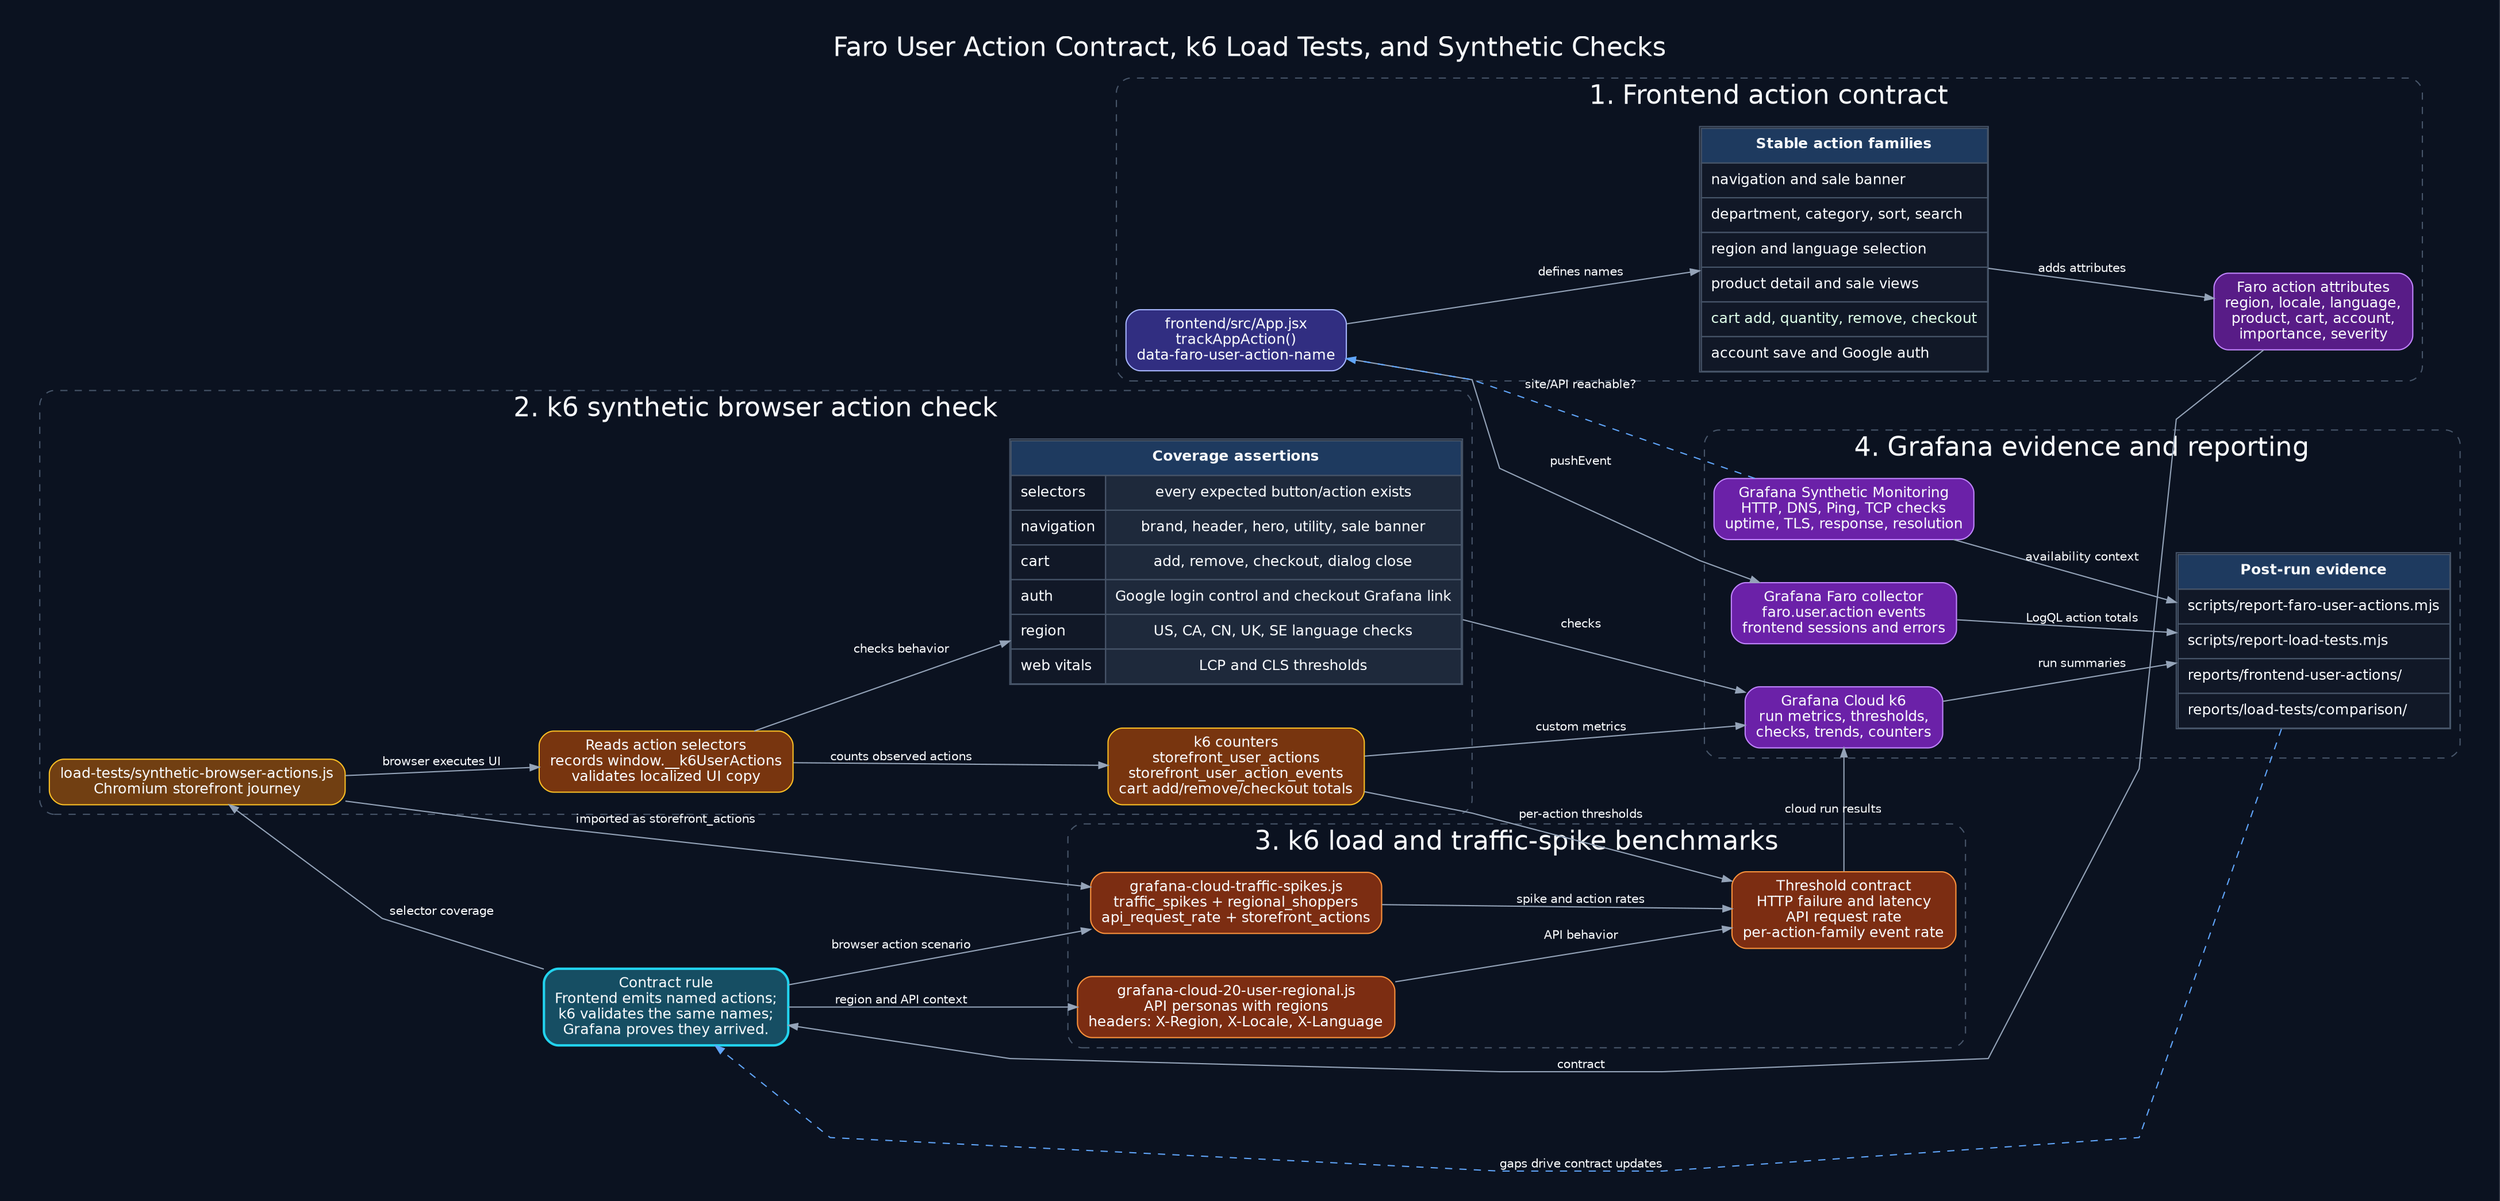
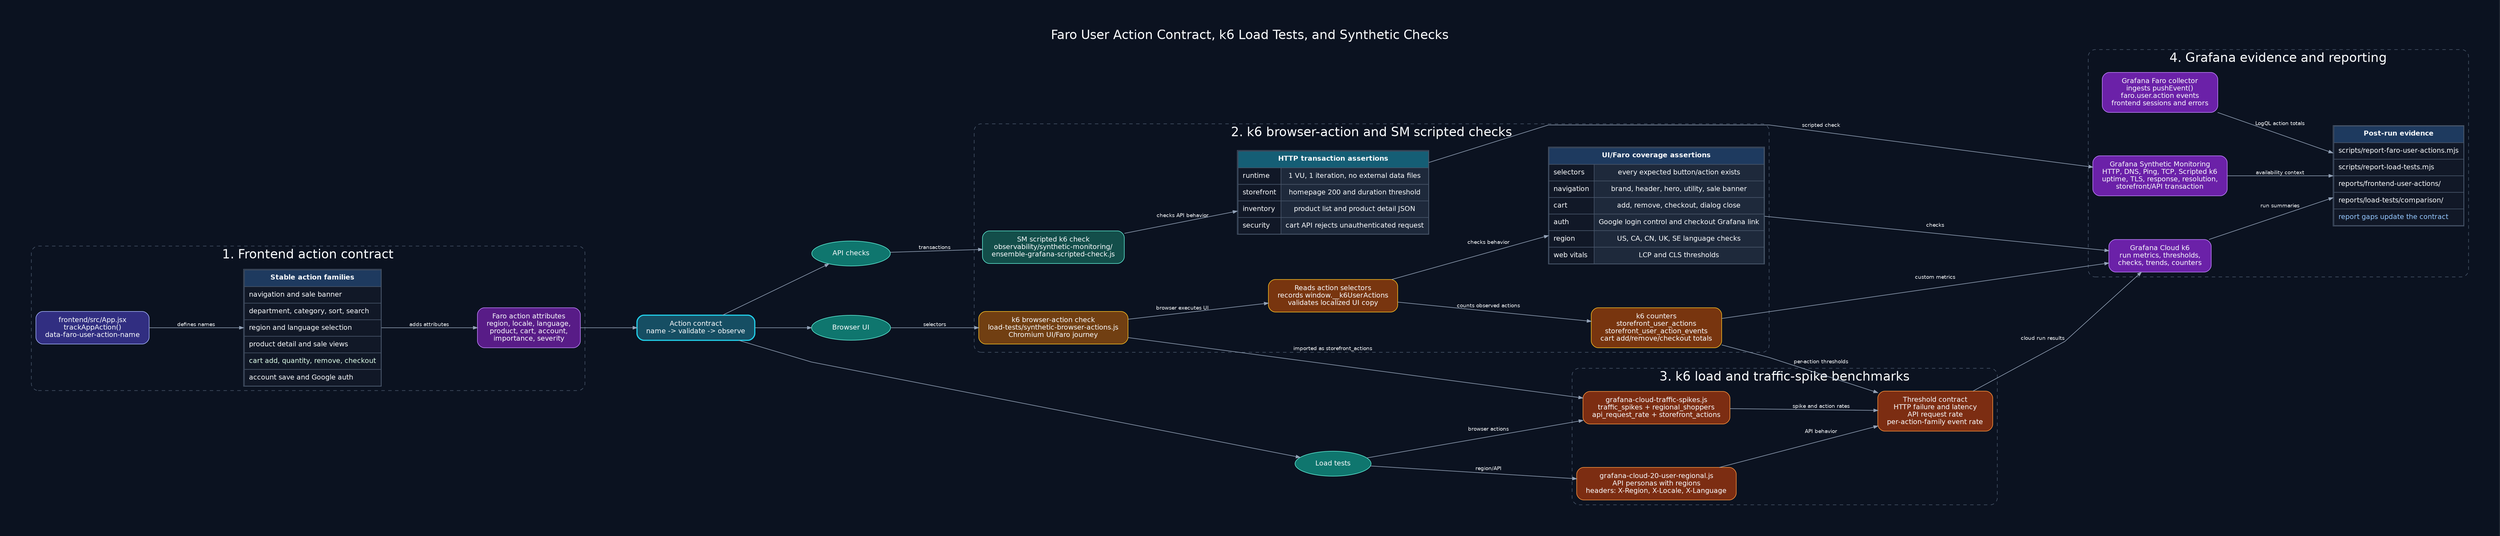
digraph faro_k6_contract_relationships {
  graph [
    rankdir=LR,
    bgcolor="#0b1220",
    fontcolor="#f8fafc",
    fontname="Helvetica",
    fontsize=22,
    labelloc=t,
    label="Faro User Action Contract, k6 Load Tests, and Synthetic Checks",
-     pad=0.35,
-     nodesep=0.5,
-     ranksep=0.85,
+     pad=0.65,
+     nodesep=1.05,
+     ranksep=1.35,
    splines=polyline
  ];

  node [
    shape=box,
    style="rounded,filled",
    fontname="Helvetica",
    fontsize=12,
    color="#64748b",
    fillcolor="#111827",
    fontcolor="#f8fafc",
-     margin="0.13,0.08"
+     margin="0.22,0.13"
  ];

  edge [
    color="#94a3b8",
    fontcolor="#f8fafc",
    fontname="Helvetica",
-     fontsize=10,
-     arrowsize=0.75
+     fontsize=9,
+     arrowsize=0.7
  ];

  subgraph cluster_contract {
    label="1. Frontend action contract";
    color="#475569";
    fontcolor="#f8fafc";
    style="rounded,dashed";

    app_js [
      label="frontend/src/App.jsx\ntrackAppAction()\ndata-faro-user-action-name",
      fillcolor="#312e81",
      color="#a5b4fc"
    ];

    action_taxonomy [
      shape=plain,
      label=<
        <TABLE BORDER="1" CELLBORDER="1" CELLSPACING="0" CELLPADDING="7" COLOR="#475569">
          <TR><TD BGCOLOR="#1e3a5f"><FONT COLOR="#f8fafc"><B>Stable action families</B></FONT></TD></TR>
          <TR><TD BGCOLOR="#111827" ALIGN="LEFT"><FONT COLOR="#f8fafc">navigation and sale banner</FONT></TD></TR>
          <TR><TD BGCOLOR="#111827" ALIGN="LEFT"><FONT COLOR="#f8fafc">department, category, sort, search</FONT></TD></TR>
          <TR><TD BGCOLOR="#111827" ALIGN="LEFT"><FONT COLOR="#f8fafc">region and language selection</FONT></TD></TR>
          <TR><TD BGCOLOR="#111827" ALIGN="LEFT"><FONT COLOR="#f8fafc">product detail and sale views</FONT></TD></TR>
          <TR><TD BGCOLOR="#111827" ALIGN="LEFT"><FONT COLOR="#dcfce7">cart add, quantity, remove, checkout</FONT></TD></TR>
          <TR><TD BGCOLOR="#111827" ALIGN="LEFT"><FONT COLOR="#f8fafc">account save and Google auth</FONT></TD></TR>
        </TABLE>
      >
    ];

    faro_attrs [
      label="Faro action attributes\nregion, locale, language,\nproduct, cart, account,\nimportance, severity",
      fillcolor="#581c87",
      color="#c084fc"
    ];
  }

  subgraph cluster_browser_check {
-     label="2. k6 synthetic browser action check";
+     label="2. k6 browser-action and SM scripted checks";
    color="#475569";
    fontcolor="#f8fafc";
    style="rounded,dashed";

    synthetic_script [
-       label="load-tests/synthetic-browser-actions.js\nChromium storefront journey",
+       label="k6 browser-action check\nload-tests/synthetic-browser-actions.js\nChromium UI/Faro journey",
      fillcolor="#713f12",
      color="#fbbf24"
    ];

    dom_probe [
      label="Reads action selectors\nrecords window.__k6UserActions\nvalidates localized UI copy",
      fillcolor="#78350f",
      color="#fbbf24"
    ];

    synthetic_assertions [
      shape=plain,
      label=<
        <TABLE BORDER="1" CELLBORDER="1" CELLSPACING="0" CELLPADDING="7" COLOR="#475569">
-           <TR><TD BGCOLOR="#1e3a5f" COLSPAN="2"><FONT COLOR="#f8fafc"><B>Coverage assertions</B></FONT></TD></TR>
+           <TR><TD BGCOLOR="#1e3a5f" COLSPAN="2"><FONT COLOR="#f8fafc"><B>UI/Faro coverage assertions</B></FONT></TD></TR>
          <TR><TD BGCOLOR="#111827" ALIGN="LEFT"><FONT COLOR="#f8fafc">selectors</FONT></TD><TD BGCOLOR="#1e293b"><FONT COLOR="#f8fafc">every expected button/action exists</FONT></TD></TR>
          <TR><TD BGCOLOR="#111827" ALIGN="LEFT"><FONT COLOR="#f8fafc">navigation</FONT></TD><TD BGCOLOR="#1e293b"><FONT COLOR="#f8fafc">brand, header, hero, utility, sale banner</FONT></TD></TR>
          <TR><TD BGCOLOR="#111827" ALIGN="LEFT"><FONT COLOR="#f8fafc">cart</FONT></TD><TD BGCOLOR="#1e293b"><FONT COLOR="#f8fafc">add, remove, checkout, dialog close</FONT></TD></TR>
          <TR><TD BGCOLOR="#111827" ALIGN="LEFT"><FONT COLOR="#f8fafc">auth</FONT></TD><TD BGCOLOR="#1e293b"><FONT COLOR="#f8fafc">Google login control and checkout Grafana link</FONT></TD></TR>
          <TR><TD BGCOLOR="#111827" ALIGN="LEFT"><FONT COLOR="#f8fafc">region</FONT></TD><TD BGCOLOR="#1e293b"><FONT COLOR="#f8fafc">US, CA, CN, UK, SE language checks</FONT></TD></TR>
          <TR><TD BGCOLOR="#111827" ALIGN="LEFT"><FONT COLOR="#f8fafc">web vitals</FONT></TD><TD BGCOLOR="#1e293b"><FONT COLOR="#f8fafc">LCP and CLS thresholds</FONT></TD></TR>
        </TABLE>
      >
    ];

    synthetic_counters [
      label="k6 counters\nstorefront_user_actions\nstorefront_user_action_events\ncart add/remove/checkout totals",
      fillcolor="#78350f",
      color="#fbbf24"
    ];
+ 
+     sm_scripted [
+       label="SM scripted k6 check\nobservability/synthetic-monitoring/\nensemble-grafana-scripted-check.js",
+       fillcolor="#134e4a",
+       color="#5eead4"
+     ];
+ 
+     sm_assertions [
+       shape=plain,
+       label=<
+         <TABLE BORDER="1" CELLBORDER="1" CELLSPACING="0" CELLPADDING="7" COLOR="#475569">
+           <TR><TD BGCOLOR="#155e75" COLSPAN="2"><FONT COLOR="#f8fafc"><B>HTTP transaction assertions</B></FONT></TD></TR>
+           <TR><TD BGCOLOR="#111827" ALIGN="LEFT"><FONT COLOR="#f8fafc">runtime</FONT></TD><TD BGCOLOR="#1e293b"><FONT COLOR="#f8fafc">1 VU, 1 iteration, no external data files</FONT></TD></TR>
+           <TR><TD BGCOLOR="#111827" ALIGN="LEFT"><FONT COLOR="#f8fafc">storefront</FONT></TD><TD BGCOLOR="#1e293b"><FONT COLOR="#f8fafc">homepage 200 and duration threshold</FONT></TD></TR>
+           <TR><TD BGCOLOR="#111827" ALIGN="LEFT"><FONT COLOR="#f8fafc">inventory</FONT></TD><TD BGCOLOR="#1e293b"><FONT COLOR="#f8fafc">product list and product detail JSON</FONT></TD></TR>
+           <TR><TD BGCOLOR="#111827" ALIGN="LEFT"><FONT COLOR="#f8fafc">security</FONT></TD><TD BGCOLOR="#1e293b"><FONT COLOR="#f8fafc">cart API rejects unauthenticated request</FONT></TD></TR>
+         </TABLE>
+       >
+     ];
  }

  subgraph cluster_load_test {
    label="3. k6 load and traffic-spike benchmarks";
    color="#475569";
    fontcolor="#f8fafc";
    style="rounded,dashed";

    regional_load [
      label="grafana-cloud-20-user-regional.js\nAPI personas with regions\nheaders: X-Region, X-Locale, X-Language",
      fillcolor="#7c2d12",
      color="#fb923c"
    ];

    spike_load [
      label="grafana-cloud-traffic-spikes.js\ntraffic_spikes + regional_shoppers\napi_request_rate + storefront_actions",
      fillcolor="#7c2d12",
      color="#fb923c"
    ];

    load_thresholds [
      label="Threshold contract\nHTTP failure and latency\nAPI request rate\nper-action-family event rate",
      fillcolor="#7c2d12",
      color="#fb923c"
    ];
  }

  subgraph cluster_grafana_evidence {
    label="4. Grafana evidence and reporting";
    color="#475569";
    fontcolor="#f8fafc";
    style="rounded,dashed";

    faro_cloud [
-       label="Grafana Faro collector\nfaro.user.action events\nfrontend sessions and errors",
+       label="Grafana Faro collector\ningests pushEvent()\nfaro.user.action events\nfrontend sessions and errors",
      fillcolor="#6b21a8",
      color="#c084fc"
    ];

    k6_cloud [
      label="Grafana Cloud k6\nrun metrics, thresholds,\nchecks, trends, counters",
      fillcolor="#6b21a8",
      color="#c084fc"
    ];

    synthetic_monitoring [
-       label="Grafana Synthetic Monitoring\nHTTP, DNS, Ping, TCP checks\nuptime, TLS, response, resolution",
+       label="Grafana Synthetic Monitoring\nHTTP, DNS, Ping, TCP, Scripted k6\nuptime, TLS, response, resolution,\nstorefront/API transaction",
      fillcolor="#6b21a8",
      color="#c084fc"
    ];

    reports [
      shape=plain,
      label=<
        <TABLE BORDER="1" CELLBORDER="1" CELLSPACING="0" CELLPADDING="7" COLOR="#475569">
          <TR><TD BGCOLOR="#1e3a5f"><FONT COLOR="#f8fafc"><B>Post-run evidence</B></FONT></TD></TR>
          <TR><TD BGCOLOR="#111827" ALIGN="LEFT"><FONT COLOR="#f8fafc">scripts/report-faro-user-actions.mjs</FONT></TD></TR>
          <TR><TD BGCOLOR="#111827" ALIGN="LEFT"><FONT COLOR="#f8fafc">scripts/report-load-tests.mjs</FONT></TD></TR>
          <TR><TD BGCOLOR="#111827" ALIGN="LEFT"><FONT COLOR="#f8fafc">reports/frontend-user-actions/</FONT></TD></TR>
          <TR><TD BGCOLOR="#111827" ALIGN="LEFT"><FONT COLOR="#f8fafc">reports/load-tests/comparison/</FONT></TD></TR>
+           <TR><TD BGCOLOR="#111827" ALIGN="LEFT"><FONT COLOR="#93c5fd">report gaps update the contract</FONT></TD></TR>
        </TABLE>
      >
    ];
  }

  contract_rule [
-     label="Contract rule\nFrontend emits named actions;\nk6 validates the same names;\nGrafana proves they arrived.",
+     label="Action contract\nname -> validate -> observe",
    fillcolor="#164e63",
    color="#22d3ee",
    penwidth=2
  ];

+   browser_contract [
+     label="Browser UI",
+     shape=ellipse,
+     fillcolor="#0f766e",
+     color="#5eead4"
+   ];
+ 
+   api_contract [
+     label="API checks",
+     shape=ellipse,
+     fillcolor="#0f766e",
+     color="#5eead4"
+   ];
+ 
+   load_contract [
+     label="Load tests",
+     shape=ellipse,
+     fillcolor="#0f766e",
+     color="#5eead4"
+   ];
+ 
  app_js -> action_taxonomy [label="defines names"];
  action_taxonomy -> faro_attrs [label="adds attributes"];
-   faro_attrs -> contract_rule [label="contract"];
- 
-   contract_rule -> synthetic_script [label="selector coverage"];
+   faro_attrs -> contract_rule [label=""];
+ 
+   contract_rule -> browser_contract [label=""];
+   contract_rule -> api_contract [label=""];
+   contract_rule -> load_contract [label=""];
+ 
+   browser_contract -> synthetic_script [label="selectors"];
  synthetic_script -> dom_probe [label="browser executes UI"];
  dom_probe -> synthetic_assertions [label="checks behavior"];
  dom_probe -> synthetic_counters [label="counts observed actions"];
- 
-   contract_rule -> regional_load [label="region and API context"];
-   contract_rule -> spike_load [label="browser action scenario"];
+   api_contract -> sm_scripted [label="transactions"];
+   sm_scripted -> sm_assertions [label="checks API behavior"];
+ 
+   load_contract -> regional_load [label="region/API"];
+   load_contract -> spike_load [label="browser actions"];
  synthetic_script -> spike_load [label="imported as storefront_actions"];
  regional_load -> load_thresholds [label="API behavior"];
  spike_load -> load_thresholds [label="spike and action rates"];
  synthetic_counters -> load_thresholds [label="per-action thresholds"];

-   app_js -> faro_cloud [label="pushEvent"];
  synthetic_assertions -> k6_cloud [label="checks"];
  synthetic_counters -> k6_cloud [label="custom metrics"];
+   sm_assertions -> synthetic_monitoring [label="scripted check"];
  load_thresholds -> k6_cloud [label="cloud run results"];
  synthetic_monitoring -> reports [label="availability context"];
  faro_cloud -> reports [label="LogQL action totals"];
  k6_cloud -> reports [label="run summaries"];
- 
-   synthetic_monitoring -> app_js [label="site/API reachable?", style=dashed, color="#60a5fa"];
-   reports -> contract_rule [label="gaps drive contract updates", style=dashed, color="#60a5fa"];
}
